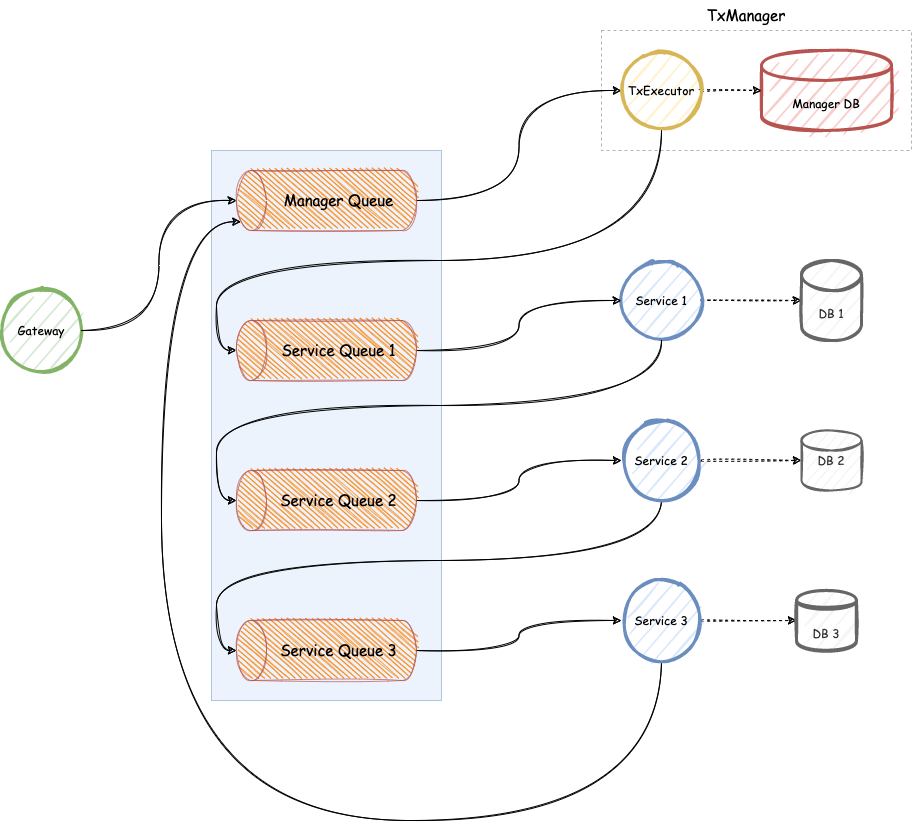
This is img/diagram-architecture.drawio.png from ccchrunik/hierasaga, a draw.io export, as it was before one commit. Source tidied: cells renumbered, new cells last; positions are measured from the earlier drawing's top-left corner, leaving out a move shared by most shapes.
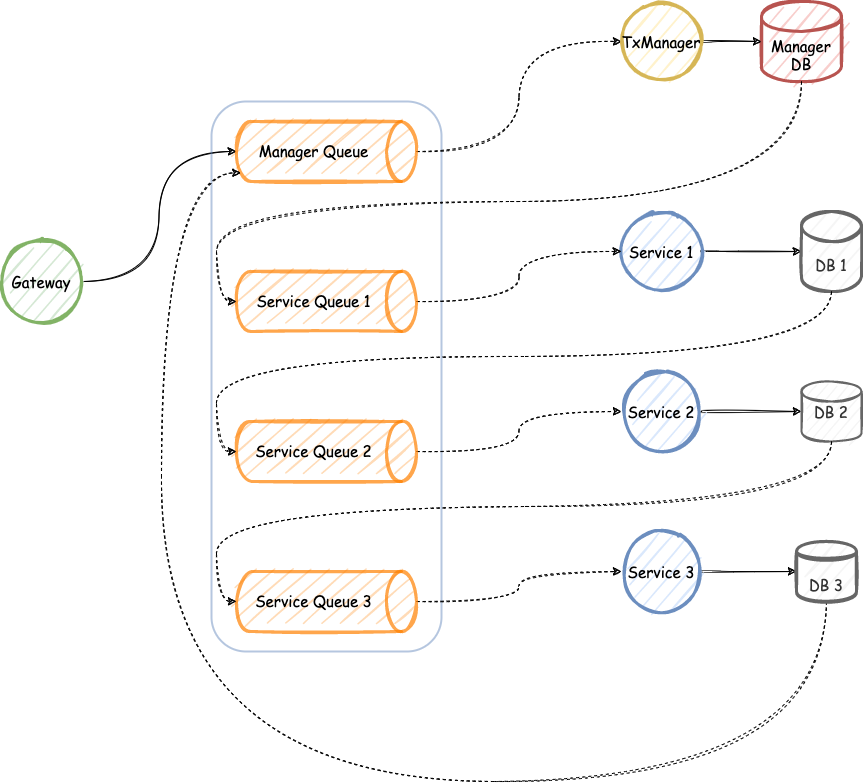
After the change.

Diff of the diagram source:
```diff
@@ -2,104 +2,98 @@
   <root>
     <mxCell id="0" />
     <mxCell id="1" parent="0" />
-    <mxCell id="2" style="rounded=0;whiteSpace=wrap;html=1;sketch=0;fontSize=15;opacity=50;fillColor=none;dashed=1;strokeColor=#666666;" parent="1" vertex="1">
-      <mxGeometry x="600" y="30" width="310" height="120" as="geometry" />
-    </mxCell>
+    <mxCell id="17" style="edgeStyle=orthogonalEdgeStyle;curved=1;rounded=0;sketch=1;jettySize=auto;html=1;exitX=1;exitY=0.5;exitDx=0;exitDy=0;entryX=0.5;entryY=1;entryDx=0;entryDy=0;entryPerimeter=0;fontFamily=Comic Sans MS;fontSize=15;" parent="1" edge="1" source="3" target="10">
+      <mxGeometry relative="1" as="geometry" />
+    </mxCell>
-    <mxCell id="3" value="&lt;font face=&quot;Comic Sans MS&quot;&gt;Gateway&lt;/font&gt;" style="ellipse;whiteSpace=wrap;html=1;strokeWidth=3;fillColor=#d5e8d4;strokeColor=#82b366;sketch=1;" parent="1" vertex="1">
+    <mxCell id="3" value="&lt;font face=&quot;Comic Sans MS&quot; style=&quot;font-size: 15px&quot;&gt;Gateway&lt;/font&gt;" style="ellipse;whiteSpace=wrap;html=1;strokeWidth=3;fillColor=#d5e8d4;strokeColor=#82b366;sketch=1;" parent="1" vertex="1">
       <mxGeometry y="290" width="80" height="80" as="geometry" />
     </mxCell>
-    <mxCell id="4" style="edgeStyle=orthogonalEdgeStyle;curved=1;rounded=0;jettySize=auto;html=1;exitX=1;exitY=0.5;exitDx=0;exitDy=0;entryX=0;entryY=0.5;entryDx=0;entryDy=0;entryPerimeter=0;fontSize=15;dashed=1;sketch=1;" parent="1" edge="1" source="5" target="6">
+    <mxCell id="4" style="edgeStyle=orthogonalEdgeStyle;curved=1;rounded=0;jettySize=auto;html=1;exitX=1;exitY=0.5;exitDx=0;exitDy=0;entryX=0;entryY=0.5;entryDx=0;entryDy=0;entryPerimeter=0;fontSize=15;sketch=1;" parent="1" edge="1" source="5" target="6">
       <mxGeometry relative="1" as="geometry" />
     </mxCell>
-    <mxCell id="5" value="&lt;font face=&quot;Comic Sans MS&quot;&gt;Service 1&lt;/font&gt;" style="ellipse;whiteSpace=wrap;html=1;strokeWidth=3;fillColor=#dae8fc;strokeColor=#6c8ebf;sketch=1;" parent="1" vertex="1">
+    <mxCell id="5" value="&lt;font face=&quot;Comic Sans MS&quot; style=&quot;font-size: 15px&quot;&gt;Service 1&lt;/font&gt;" style="ellipse;whiteSpace=wrap;html=1;strokeWidth=3;fillColor=#dae8fc;strokeColor=#6c8ebf;sketch=1;" parent="1" vertex="1">
       <mxGeometry x="620" y="260" width="80" height="80" as="geometry" />
     </mxCell>
-    <mxCell id="6" value="&lt;font face=&quot;Comic Sans MS&quot;&gt;DB 1&lt;/font&gt;" style="shape=cylinder3;whiteSpace=wrap;html=1;boundedLbl=1;backgroundOutline=1;size=15;strokeWidth=3;fillColor=#f5f5f5;strokeColor=#666666;fontColor=#333333;sketch=1;" parent="1" vertex="1">
+    <mxCell id="6" value="&lt;font face=&quot;Comic Sans MS&quot; style=&quot;font-size: 15px&quot;&gt;DB 1&lt;/font&gt;" style="shape=cylinder3;whiteSpace=wrap;html=1;boundedLbl=1;backgroundOutline=1;size=15;strokeWidth=3;fillColor=#f5f5f5;strokeColor=#666666;fontColor=#333333;sketch=1;" parent="1" vertex="1">
       <mxGeometry x="800" y="260" width="60" height="80" as="geometry" />
     </mxCell>
-    <mxCell id="7" value="&lt;font face=&quot;Comic Sans MS&quot;&gt;Manager DB&lt;/font&gt;" style="shape=cylinder3;whiteSpace=wrap;html=1;boundedLbl=1;backgroundOutline=1;size=15;strokeWidth=3;fillColor=#f8cecc;strokeColor=#b85450;sketch=1;" parent="1" vertex="1">
-      <mxGeometry x="760" y="50" width="130" height="80" as="geometry" />
+    <mxCell id="7" value="&lt;font face=&quot;Comic Sans MS&quot; style=&quot;font-size: 15px&quot;&gt;Manager&lt;br&gt;DB&lt;/font&gt;" style="shape=cylinder3;whiteSpace=wrap;html=1;boundedLbl=1;backgroundOutline=1;size=15;strokeWidth=3;fillColor=#f8cecc;strokeColor=#b85450;sketch=1;" parent="1" vertex="1">
+      <mxGeometry x="760" y="50" width="80" height="80" as="geometry" />
     </mxCell>
-    <mxCell id="8" style="rounded=0;whiteSpace=wrap;html=1;fillColor=#dae8fc;strokeColor=#6c8ebf;sketch=0;opacity=50;" parent="1" vertex="1">
+    <mxCell id="8" style="rounded=1;whiteSpace=wrap;html=1;fillColor=none;strokeColor=#6c8ebf;sketch=0;opacity=50;strokeWidth=2;" parent="1" vertex="1">
       <mxGeometry x="210" y="150" width="230" height="550" as="geometry" />
     </mxCell>
-    <mxCell id="9" style="edgeStyle=orthogonalEdgeStyle;curved=1;rounded=0;jettySize=auto;html=1;exitX=0.5;exitY=1;exitDx=0;exitDy=0;exitPerimeter=0;entryX=0;entryY=0.5;entryDx=0;entryDy=0;fontSize=15;sketch=1;" parent="1" edge="1" source="10" target="20">
+    <mxCell id="9" style="edgeStyle=orthogonalEdgeStyle;curved=1;rounded=0;sketch=1;jettySize=auto;html=1;exitX=0.5;exitY=0;exitDx=0;exitDy=0;exitPerimeter=0;entryX=0;entryY=0.5;entryDx=0;entryDy=0;fontFamily=Comic Sans MS;fontSize=15;dashed=1;" parent="1" edge="1" source="10" target="20">
       <mxGeometry relative="1" as="geometry" />
     </mxCell>
-    <mxCell id="10" value="&lt;font face=&quot;Comic Sans MS&quot;&gt;Manager Queue&lt;/font&gt;" style="shape=cylinder3;whiteSpace=wrap;html=1;boundedLbl=1;backgroundOutline=1;size=15;fillColor=#FF8000;opacity=70;direction=north;sketch=1;strokeColor=#b85450;fontSize=15;" parent="1" vertex="1">
+    <mxCell id="10" value="&lt;font face=&quot;Comic Sans MS&quot;&gt;Manager Queue&lt;/font&gt;" style="shape=cylinder3;whiteSpace=wrap;html=1;boundedLbl=1;backgroundOutline=1;size=15;fillColor=#FFCC99;opacity=70;direction=north;sketch=1;strokeColor=#FF8000;fontSize=15;strokeWidth=3;flipH=1;" parent="1" vertex="1">
       <mxGeometry x="235" y="170" width="180" height="60" as="geometry" />
     </mxCell>
-    <mxCell id="11" style="edgeStyle=orthogonalEdgeStyle;curved=1;rounded=0;jettySize=auto;html=1;exitX=0.5;exitY=1;exitDx=0;exitDy=0;exitPerimeter=0;entryX=0;entryY=0.5;entryDx=0;entryDy=0;fontSize=15;sketch=1;" parent="1" edge="1" source="12" target="5">
+    <mxCell id="11" style="edgeStyle=orthogonalEdgeStyle;curved=1;rounded=0;sketch=1;jettySize=auto;html=1;exitX=0.5;exitY=0;exitDx=0;exitDy=0;exitPerimeter=0;entryX=0;entryY=0.5;entryDx=0;entryDy=0;fontFamily=Comic Sans MS;fontSize=15;dashed=1;" parent="1" edge="1" source="12" target="5">
       <mxGeometry relative="1" as="geometry" />
     </mxCell>
-    <mxCell id="12" value="&lt;font face=&quot;Comic Sans MS&quot;&gt;Service Queue 1&lt;/font&gt;" style="shape=cylinder3;whiteSpace=wrap;html=1;boundedLbl=1;backgroundOutline=1;size=15;fillColor=#FF8000;opacity=70;direction=north;sketch=1;strokeColor=#b85450;fontSize=15;" parent="1" vertex="1">
+    <mxCell id="12" value="&lt;font face=&quot;Comic Sans MS&quot;&gt;Service Queue 1&lt;/font&gt;" style="shape=cylinder3;whiteSpace=wrap;html=1;boundedLbl=1;backgroundOutline=1;size=15;fillColor=#FFCC99;opacity=70;direction=north;sketch=1;strokeColor=#FF8000;fontSize=15;strokeWidth=3;flipH=1;" parent="1" vertex="1">
       <mxGeometry x="235" y="320" width="180" height="60" as="geometry" />
     </mxCell>
-    <mxCell id="13" style="edgeStyle=orthogonalEdgeStyle;curved=1;rounded=0;jettySize=auto;html=1;exitX=0.5;exitY=1;exitDx=0;exitDy=0;exitPerimeter=0;entryX=0;entryY=0.5;entryDx=0;entryDy=0;fontSize=15;sketch=1;" parent="1" edge="1" source="14" target="24">
+    <mxCell id="13" style="edgeStyle=orthogonalEdgeStyle;curved=1;rounded=0;sketch=1;jettySize=auto;html=1;exitX=0.5;exitY=0;exitDx=0;exitDy=0;exitPerimeter=0;fontFamily=Comic Sans MS;fontSize=15;dashed=1;" parent="1" edge="1" source="14" target="24">
       <mxGeometry relative="1" as="geometry" />
     </mxCell>
-    <mxCell id="14" value="&lt;font face=&quot;Comic Sans MS&quot;&gt;Service Queue 2&lt;/font&gt;" style="shape=cylinder3;whiteSpace=wrap;html=1;boundedLbl=1;backgroundOutline=1;size=15;fillColor=#FF8000;opacity=70;direction=north;sketch=1;strokeColor=#b85450;fontSize=15;" parent="1" vertex="1">
+    <mxCell id="14" value="&lt;font face=&quot;Comic Sans MS&quot;&gt;Service Queue 2&lt;/font&gt;" style="shape=cylinder3;whiteSpace=wrap;html=1;boundedLbl=1;backgroundOutline=1;size=15;fillColor=#FFCC99;opacity=70;direction=north;sketch=1;strokeColor=#FF8000;fontSize=15;strokeWidth=3;flipH=1;" parent="1" vertex="1">
       <mxGeometry x="235" y="470" width="180" height="60" as="geometry" />
     </mxCell>
-    <mxCell id="15" style="edgeStyle=orthogonalEdgeStyle;curved=1;rounded=0;jettySize=auto;html=1;exitX=0.5;exitY=1;exitDx=0;exitDy=0;exitPerimeter=0;entryX=0;entryY=0.5;entryDx=0;entryDy=0;fontSize=15;sketch=1;" parent="1" edge="1" source="16" target="29">
+    <mxCell id="15" style="edgeStyle=orthogonalEdgeStyle;curved=1;rounded=0;sketch=1;jettySize=auto;html=1;exitX=0.5;exitY=0;exitDx=0;exitDy=0;exitPerimeter=0;entryX=0;entryY=0.5;entryDx=0;entryDy=0;fontFamily=Comic Sans MS;fontSize=15;dashed=1;" parent="1" edge="1" source="16" target="29">
       <mxGeometry relative="1" as="geometry" />
     </mxCell>
-    <mxCell id="16" value="&lt;font face=&quot;Comic Sans MS&quot;&gt;Service Queue 3&lt;/font&gt;" style="shape=cylinder3;whiteSpace=wrap;html=1;boundedLbl=1;backgroundOutline=1;size=15;fillColor=#FF8000;opacity=70;direction=north;sketch=1;strokeColor=#b85450;fontSize=15;" parent="1" vertex="1">
+    <mxCell id="16" value="&lt;font face=&quot;Comic Sans MS&quot;&gt;Service Queue 3&lt;/font&gt;" style="shape=cylinder3;whiteSpace=wrap;html=1;boundedLbl=1;backgroundOutline=1;size=15;fillColor=#FFCC99;opacity=70;direction=north;sketch=1;strokeColor=#FF8000;fontSize=15;strokeWidth=3;flipH=1;" parent="1" vertex="1">
       <mxGeometry x="235" y="620" width="180" height="60" as="geometry" />
     </mxCell>
-    <mxCell id="17" style="edgeStyle=orthogonalEdgeStyle;rounded=0;jettySize=auto;html=1;exitX=1;exitY=0.5;exitDx=0;exitDy=0;entryX=0.5;entryY=0;entryDx=0;entryDy=0;entryPerimeter=0;fontSize=15;curved=1;sketch=1;" parent="1" edge="1" source="3" target="10">
-      <mxGeometry relative="1" as="geometry" />
-    </mxCell>
-    <mxCell id="18" style="edgeStyle=orthogonalEdgeStyle;curved=1;rounded=0;jettySize=auto;html=1;exitX=1;exitY=0.5;exitDx=0;exitDy=0;entryX=0;entryY=0.5;entryDx=0;entryDy=0;entryPerimeter=0;fontSize=15;dashed=1;sketch=1;" parent="1" edge="1" source="20" target="7">
+    <mxCell id="18" style="edgeStyle=orthogonalEdgeStyle;curved=1;rounded=0;jettySize=auto;html=1;exitX=1;exitY=0.5;exitDx=0;exitDy=0;entryX=0;entryY=0.5;entryDx=0;entryDy=0;entryPerimeter=0;fontSize=15;sketch=1;" parent="1" edge="1" source="20" target="7">
       <mxGeometry relative="1" as="geometry" />
     </mxCell>
-    <mxCell id="19" style="edgeStyle=orthogonalEdgeStyle;curved=1;rounded=0;jettySize=auto;html=1;exitX=0.5;exitY=1;exitDx=0;exitDy=0;entryX=0.5;entryY=0;entryDx=0;entryDy=0;entryPerimeter=0;fontSize=15;sketch=1;" parent="1" edge="1" source="20" target="12">
-      <mxGeometry relative="1" as="geometry">
-        <Array as="points">
-          <mxPoint x="660" y="260" />
-          <mxPoint x="215" y="260" />
-          <mxPoint x="215" y="350" />
-        </Array>
-      </mxGeometry>
-    </mxCell>
-    <mxCell id="20" value="&lt;font face=&quot;Comic Sans MS&quot;&gt;TxExecutor&lt;/font&gt;" style="ellipse;whiteSpace=wrap;html=1;strokeWidth=3;fillColor=#fff2cc;strokeColor=#d6b656;sketch=1;" parent="1" vertex="1">
+    <mxCell id="20" value="&lt;font face=&quot;Comic Sans MS&quot; style=&quot;font-size: 15px&quot;&gt;TxManager&lt;/font&gt;" style="ellipse;whiteSpace=wrap;html=1;strokeWidth=3;fillColor=#fff2cc;strokeColor=#d6b656;sketch=1;" parent="1" vertex="1">
       <mxGeometry x="620" y="50" width="80" height="80" as="geometry" />
     </mxCell>
-    <mxCell id="21" value="&lt;font face=&quot;Comic Sans MS&quot;&gt;TxManager&lt;/font&gt;" style="text;html=1;strokeColor=none;fillColor=none;align=center;verticalAlign=middle;whiteSpace=wrap;rounded=0;dashed=1;sketch=0;fontSize=15;opacity=50;" parent="1" vertex="1">
-      <mxGeometry x="690" width="110" height="30" as="geometry" />
-    </mxCell>
-    <mxCell id="22" style="edgeStyle=orthogonalEdgeStyle;curved=1;rounded=0;jettySize=auto;html=1;exitX=0.5;exitY=1;exitDx=0;exitDy=0;entryX=0.5;entryY=0;entryDx=0;entryDy=0;entryPerimeter=0;fontSize=15;sketch=1;" parent="1" edge="1" source="24" target="16">
-      <mxGeometry relative="1" as="geometry" />
-    </mxCell>
-    <mxCell id="23" style="edgeStyle=orthogonalEdgeStyle;curved=1;rounded=0;jettySize=auto;html=1;exitX=1;exitY=0.5;exitDx=0;exitDy=0;entryX=0;entryY=0.5;entryDx=0;entryDy=0;entryPerimeter=0;fontSize=15;dashed=1;sketch=1;" parent="1" edge="1" source="24" target="26">
+    <mxCell id="23" style="edgeStyle=orthogonalEdgeStyle;curved=1;rounded=0;jettySize=auto;html=1;exitX=1;exitY=0.5;exitDx=0;exitDy=0;entryX=0;entryY=0.5;entryDx=0;entryDy=0;entryPerimeter=0;fontSize=15;sketch=1;" parent="1" edge="1" source="24" target="26">
       <mxGeometry relative="1" as="geometry" />
     </mxCell>
-    <mxCell id="24" value="&lt;font face=&quot;Comic Sans MS&quot;&gt;Service 2&lt;/font&gt;" style="ellipse;whiteSpace=wrap;html=1;strokeWidth=3;fillColor=#dae8fc;strokeColor=#6c8ebf;sketch=1;" parent="1" vertex="1">
+    <mxCell id="24" value="&lt;font face=&quot;Comic Sans MS&quot; style=&quot;font-size: 15px&quot;&gt;Service 2&lt;/font&gt;" style="ellipse;whiteSpace=wrap;html=1;strokeWidth=3;fillColor=#dae8fc;strokeColor=#6c8ebf;sketch=1;" parent="1" vertex="1">
       <mxGeometry x="620" y="420" width="80" height="80" as="geometry" />
     </mxCell>
-    <mxCell id="25" style="edgeStyle=orthogonalEdgeStyle;curved=1;rounded=0;jettySize=auto;html=1;exitX=0.5;exitY=1;exitDx=0;exitDy=0;entryX=0.5;entryY=0;entryDx=0;entryDy=0;entryPerimeter=0;fontSize=15;sketch=1;" parent="1" edge="1" source="5" target="14">
-      <mxGeometry relative="1" as="geometry" />
-    </mxCell>
-    <mxCell id="26" value="&lt;font face=&quot;Comic Sans MS&quot;&gt;DB 2&lt;/font&gt;" style="strokeWidth=2;html=1;shape=mxgraph.flowchart.database;whiteSpace=wrap;fillColor=#f5f5f5;strokeColor=#666666;fontColor=#333333;sketch=1;" parent="1" vertex="1">
+    <mxCell id="26" value="&lt;font face=&quot;Comic Sans MS&quot; style=&quot;font-size: 15px&quot;&gt;DB 2&lt;/font&gt;" style="strokeWidth=2;html=1;shape=mxgraph.flowchart.database;whiteSpace=wrap;fillColor=#f5f5f5;strokeColor=#666666;fontColor=#333333;sketch=1;" parent="1" vertex="1">
       <mxGeometry x="800" y="430" width="60" height="60" as="geometry" />
     </mxCell>
-    <mxCell id="27" style="edgeStyle=orthogonalEdgeStyle;curved=1;rounded=0;jettySize=auto;html=1;exitX=1;exitY=0.5;exitDx=0;exitDy=0;entryX=0;entryY=0.5;entryDx=0;entryDy=0;fontSize=15;dashed=1;sketch=1;" parent="1" edge="1" source="29" target="30">
+    <mxCell id="27" style="edgeStyle=orthogonalEdgeStyle;curved=1;rounded=0;jettySize=auto;html=1;exitX=1;exitY=0.5;exitDx=0;exitDy=0;entryX=0;entryY=0.5;entryDx=0;entryDy=0;fontSize=15;sketch=1;" parent="1" edge="1" source="29" target="30">
       <mxGeometry relative="1" as="geometry" />
     </mxCell>
-    <mxCell id="28" style="edgeStyle=orthogonalEdgeStyle;curved=1;rounded=0;jettySize=auto;html=1;exitX=0.5;exitY=1;exitDx=0;exitDy=0;entryX=0.145;entryY=0;entryDx=0;entryDy=4.35;entryPerimeter=0;fontSize=15;sketch=1;" parent="1" edge="1" source="29" target="10">
-      <mxGeometry relative="1" as="geometry">
-        <Array as="points">
-          <mxPoint x="660" y="820" />
-          <mxPoint x="160" y="820" />
-          <mxPoint x="160" y="221" />
-        </Array>
-      </mxGeometry>
-    </mxCell>
-    <mxCell id="29" value="&lt;font face=&quot;Comic Sans MS&quot;&gt;Service 3&lt;/font&gt;" style="ellipse;whiteSpace=wrap;html=1;strokeWidth=3;fillColor=#dae8fc;strokeColor=#6c8ebf;sketch=1;" parent="1" vertex="1">
+    <mxCell id="29" value="&lt;font face=&quot;Comic Sans MS&quot; style=&quot;font-size: 15px&quot;&gt;Service 3&lt;/font&gt;" style="ellipse;whiteSpace=wrap;html=1;strokeWidth=3;fillColor=#dae8fc;strokeColor=#6c8ebf;sketch=1;" parent="1" vertex="1">
       <mxGeometry x="620" y="580" width="80" height="80" as="geometry" />
     </mxCell>
+    <mxCell id="31" style="edgeStyle=orthogonalEdgeStyle;curved=1;rounded=0;sketch=1;jettySize=auto;html=1;exitX=0.5;exitY=1;exitDx=0;exitDy=0;entryX=0.145;entryY=1;entryDx=0;entryDy=-4.35;entryPerimeter=0;fontFamily=Comic Sans MS;fontSize=15;dashed=1;" parent="1" edge="1" source="30" target="10">
+      <mxGeometry relative="1" as="geometry">
+        <Array as="points">
+          <mxPoint x="825" y="830" />
+          <mxPoint x="160" y="830" />
+          <mxPoint x="160" y="221" />
+        </Array>
+      </mxGeometry>
+    </mxCell>
-    <mxCell id="30" value="&lt;font face=&quot;Comic Sans MS&quot;&gt;DB 3&lt;/font&gt;" style="shape=datastore;whiteSpace=wrap;html=1;strokeWidth=3;fillColor=#f5f5f5;strokeColor=#666666;fontColor=#333333;sketch=1;" parent="1" vertex="1">
+    <mxCell id="30" value="&lt;font face=&quot;Comic Sans MS&quot; style=&quot;font-size: 15px&quot;&gt;DB 3&lt;/font&gt;" style="shape=datastore;whiteSpace=wrap;html=1;strokeWidth=3;fillColor=#f5f5f5;strokeColor=#666666;fontColor=#333333;sketch=1;" parent="1" vertex="1">
       <mxGeometry x="795" y="590" width="60" height="60" as="geometry" />
     </mxCell>
+    <mxCell id="32" style="edgeStyle=orthogonalEdgeStyle;curved=1;rounded=0;sketch=1;jettySize=auto;html=1;exitX=0.5;exitY=1;exitDx=0;exitDy=0;exitPerimeter=0;entryX=0.5;entryY=1;entryDx=0;entryDy=0;entryPerimeter=0;fontFamily=Comic Sans MS;fontSize=15;dashed=1;" parent="1" edge="1" source="7" target="12">
+      <mxGeometry relative="1" as="geometry">
+        <Array as="points">
+          <mxPoint x="800" y="250" />
+          <mxPoint x="215" y="250" />
+          <mxPoint x="215" y="350" />
+        </Array>
+      </mxGeometry>
+    </mxCell>
+    <mxCell id="33" style="edgeStyle=orthogonalEdgeStyle;curved=1;rounded=0;sketch=1;jettySize=auto;html=1;exitX=0.5;exitY=1;exitDx=0;exitDy=0;exitPerimeter=0;entryX=0.5;entryY=1;entryDx=0;entryDy=0;entryPerimeter=0;fontFamily=Comic Sans MS;fontSize=15;dashed=1;" parent="1" edge="1" source="6" target="14">
+      <mxGeometry relative="1" as="geometry" />
+    </mxCell>
+    <mxCell id="34" style="edgeStyle=orthogonalEdgeStyle;curved=1;rounded=0;sketch=1;jettySize=auto;html=1;exitX=0.5;exitY=1;exitDx=0;exitDy=0;exitPerimeter=0;entryX=0.5;entryY=1;entryDx=0;entryDy=0;entryPerimeter=0;fontFamily=Comic Sans MS;fontSize=15;dashed=1;" parent="1" edge="1" source="26" target="16">
+      <mxGeometry relative="1" as="geometry" />
+    </mxCell>
   </root>
 </mxGraphModel>
```
